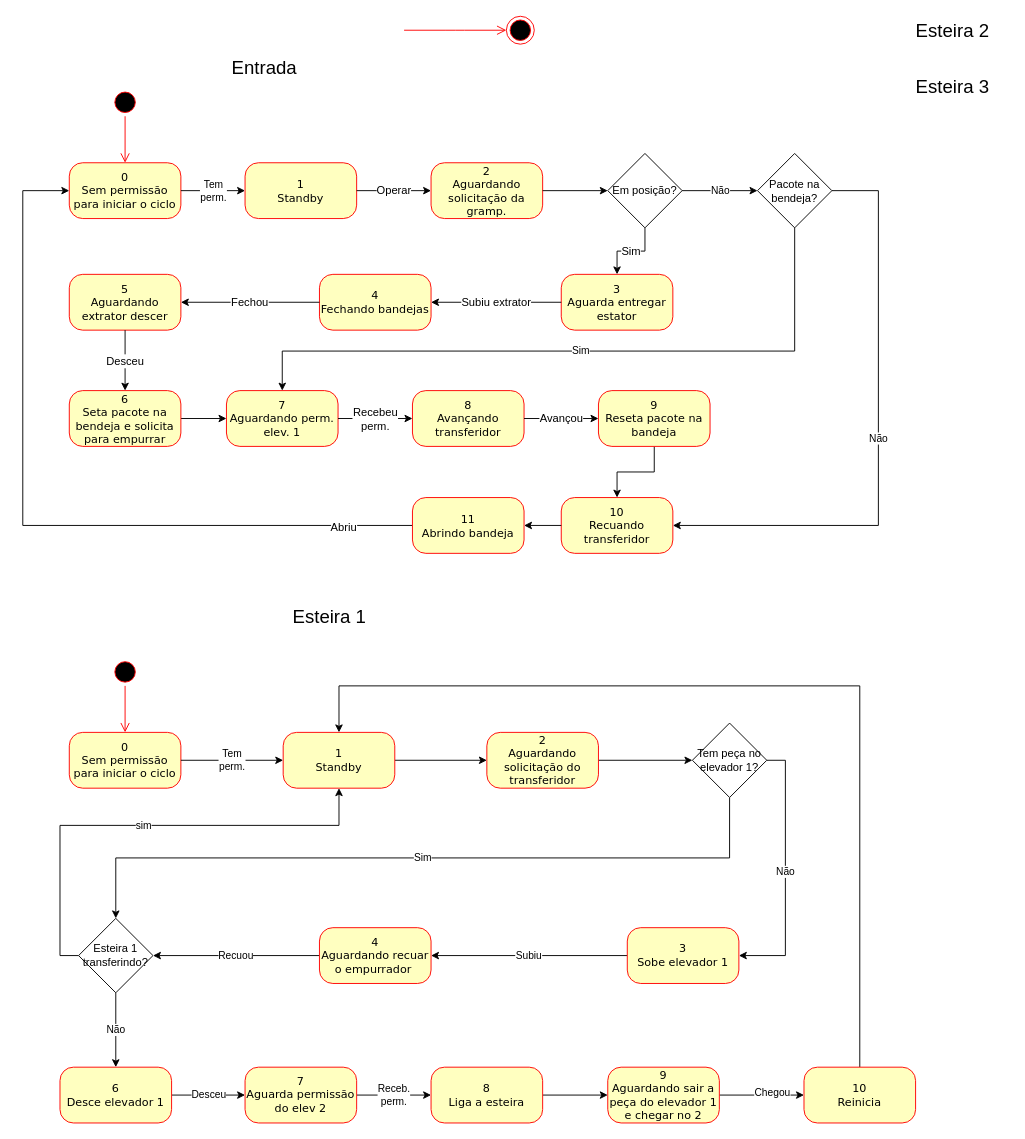
Before: estadosEsteira.drawio in JonanMuller/M04196N03_Grampeadeira, a draw.io diagram. Source tidied: cells renumbered, new cells numbered last; positions are measured from the earlier drawing's top-left corner, leaving out a move shared by most shapes. Both pictures are drawn from the tidied source at 93%, with x=0, y=0 at pixel (22, 16).
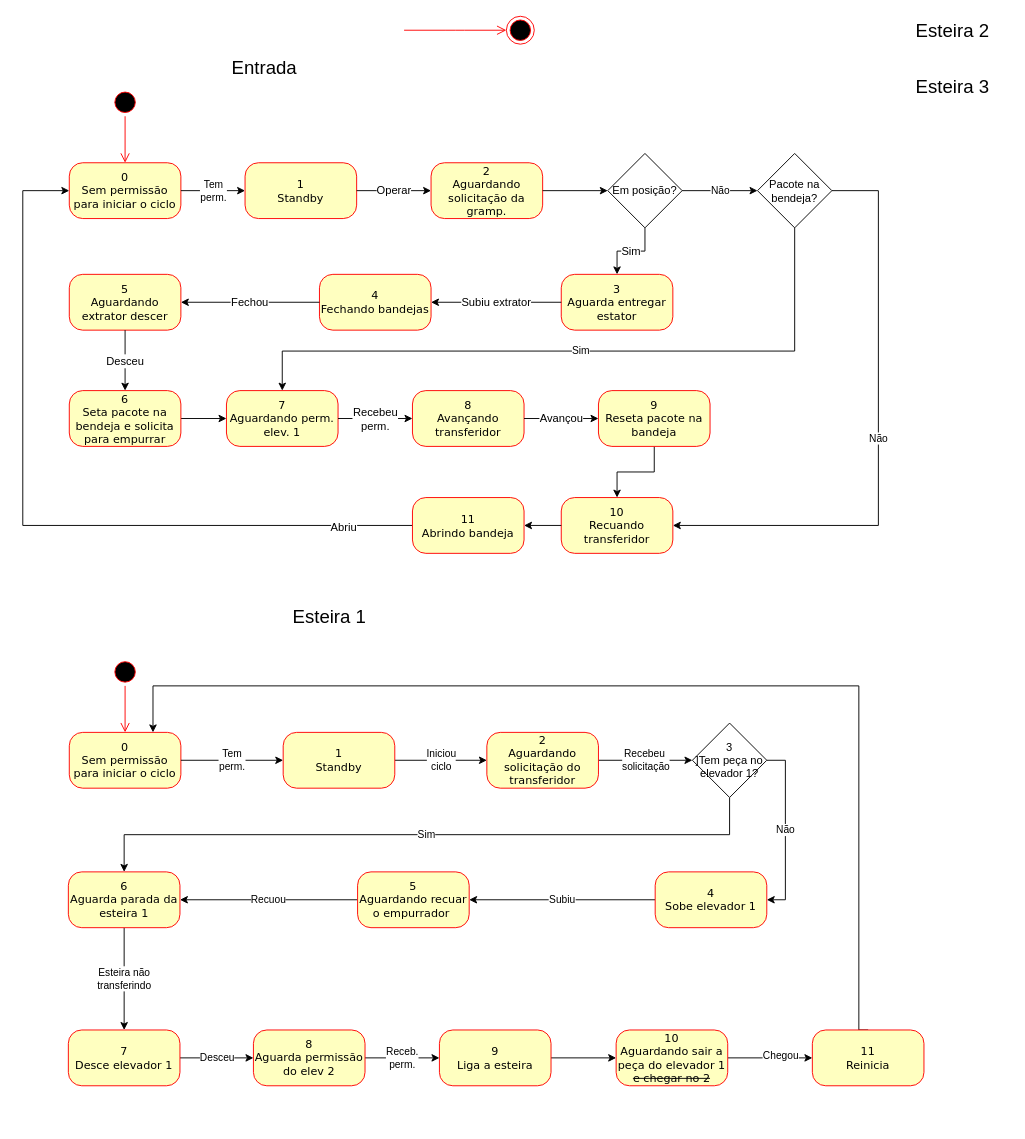
The same page after the edit.

The change refers to these unchanged cells:
```xml
<mxCell id="9" value="0&lt;br&gt;Sem permissão para iniciar o ciclo" style="rounded=1;whiteSpace=wrap;html=1;arcSize=24;fillColor=#ffffc0;strokeColor=#ff0000;shadow=0;comic=0;labelBackgroundColor=none;fontFamily=Verdana;fontSize=12;fontColor=#000000;align=center;" parent="1" vertex="1">
  <mxGeometry x="50" y="770" width="120" height="60" as="geometry" />
</mxCell>
<mxCell id="12" value="1&lt;br&gt;Standby" style="rounded=1;whiteSpace=wrap;html=1;arcSize=24;fillColor=#ffffc0;strokeColor=#ff0000;shadow=0;comic=0;labelBackgroundColor=none;fontFamily=Verdana;fontSize=12;fontColor=#000000;align=center;" parent="1" vertex="1">
  <mxGeometry x="280" y="770" width="120" height="60" as="geometry" />
</mxCell>
<mxCell id="69" value="2&lt;br&gt;Aguardando&lt;br&gt;solicitação do&lt;br&gt;transferidor" style="rounded=1;whiteSpace=wrap;html=1;arcSize=24;fillColor=#ffffc0;strokeColor=#ff0000;shadow=0;comic=0;labelBackgroundColor=none;fontFamily=Verdana;fontSize=12;fontColor=#000000;align=center;" parent="1" vertex="1">
  <mxGeometry x="499" y="770" width="120" height="60" as="geometry" />
</mxCell>
```

The edit, as a diff of the source:
```diff
@@
-    <mxCell id="10" style="edgeStyle=orthogonalEdgeStyle;rounded=0;jettySize=auto;html=1;startArrow=none;" parent="1" edge="1" source="69" target="68">
+    <mxCell id="10" value="Recebeu&amp;nbsp;&lt;br&gt;solicitação" style="edgeStyle=orthogonalEdgeStyle;rounded=0;jettySize=auto;html=1;startArrow=none;" parent="1" edge="1" source="69" target="68">
       <mxGeometry relative="1" as="geometry" />
     </mxCell>
-    <mxCell id="11" style="edgeStyle=orthogonalEdgeStyle;rounded=0;jettySize=auto;html=1;" parent="1" edge="1" source="12" target="69">
+    <mxCell id="11" value="Iniciou&lt;br&gt;ciclo" style="edgeStyle=orthogonalEdgeStyle;rounded=0;jettySize=auto;html=1;" parent="1" edge="1" source="12" target="69">
       <mxGeometry relative="1" as="geometry" />
     </mxCell>
@@
-    <mxCell id="17" value="3&lt;br&gt;Sobe elevador 1" style="rounded=1;whiteSpace=wrap;html=1;arcSize=24;fillColor=#ffffc0;strokeColor=#ff0000;shadow=0;comic=0;labelBackgroundColor=none;fontFamily=Verdana;fontSize=12;fontColor=#000000;align=center;" parent="1" vertex="1">
-      <mxGeometry x="650" y="980" width="120" height="60" as="geometry" />
+    <mxCell id="17" value="4&lt;br&gt;Sobe elevador 1" style="rounded=1;whiteSpace=wrap;html=1;arcSize=24;fillColor=#ffffc0;strokeColor=#ff0000;shadow=0;comic=0;labelBackgroundColor=none;fontFamily=Verdana;fontSize=12;fontColor=#000000;align=center;" parent="1" vertex="1">
+      <mxGeometry x="680" y="920" width="120" height="60" as="geometry" />
     </mxCell>
-    <mxCell id="18" value="Sim" style="edgeStyle=orthogonalEdgeStyle;rounded=0;jettySize=auto;html=1;exitX=0.5;exitY=1;exitDx=0;exitDy=0;entryX=0.5;entryY=0;entryDx=0;entryDy=0;" parent="1" edge="1" source="68" target="65">
+    <mxCell id="18" value="Sim" style="edgeStyle=orthogonalEdgeStyle;rounded=0;jettySize=auto;html=1;exitX=0.5;exitY=1;exitDx=0;exitDy=0;entryX=0.5;entryY=0;entryDx=0;entryDy=0;" parent="1" edge="1" source="68" target="71">
       <mxGeometry relative="1" as="geometry" />
     </mxCell>
-    <mxCell id="19" value="Recuou" style="edgeStyle=orthogonalEdgeStyle;rounded=0;jettySize=auto;html=1;exitX=0;exitY=0.5;exitDx=0;exitDy=0;" parent="1" edge="1" source="20" target="65">
+    <mxCell id="19" value="Recuou" style="edgeStyle=orthogonalEdgeStyle;rounded=0;jettySize=auto;html=1;" parent="1" edge="1" source="20" target="71">
       <mxGeometry relative="1" as="geometry" />
     </mxCell>
-    <mxCell id="20" value="4&lt;br&gt;Aguardando recuar o empurrador&amp;nbsp;" style="rounded=1;whiteSpace=wrap;html=1;arcSize=24;fillColor=#ffffc0;strokeColor=#ff0000;shadow=0;comic=0;labelBackgroundColor=none;fontFamily=Verdana;fontSize=12;fontColor=#000000;align=center;" parent="1" vertex="1">
-      <mxGeometry x="319" y="980" width="120" height="60" as="geometry" />
+    <mxCell id="20" value="5&lt;br&gt;Aguardando recuar o empurrador&amp;nbsp;" style="rounded=1;whiteSpace=wrap;html=1;arcSize=24;fillColor=#ffffc0;strokeColor=#ff0000;shadow=0;comic=0;labelBackgroundColor=none;fontFamily=Verdana;fontSize=12;fontColor=#000000;align=center;" parent="1" vertex="1">
+      <mxGeometry x="360" y="920" width="120" height="60" as="geometry" />
     </mxCell>
@@
-    <mxCell id="23" value="9&lt;br&gt;Aguardando sair a peça do elevador 1&lt;br&gt;e chegar no 2" style="rounded=1;whiteSpace=wrap;html=1;arcSize=24;fillColor=#ffffc0;strokeColor=#ff0000;shadow=0;comic=0;labelBackgroundColor=none;fontFamily=Verdana;fontSize=12;fontColor=#000000;align=center;" parent="1" vertex="1">
-      <mxGeometry x="629" y="1130" width="120" height="60" as="geometry" />
+    <mxCell id="23" value="10&lt;br&gt;Aguardando sair a peça do elevador 1&lt;br&gt;&lt;strike&gt;e chegar no 2&lt;/strike&gt;" style="rounded=1;whiteSpace=wrap;html=1;arcSize=24;fillColor=#ffffc0;strokeColor=#ff0000;shadow=0;comic=0;labelBackgroundColor=none;fontFamily=Verdana;fontSize=12;fontColor=#000000;align=center;" parent="1" vertex="1">
+      <mxGeometry x="638" y="1090" width="120" height="60" as="geometry" />
     </mxCell>
-    <mxCell id="24" style="edgeStyle=orthogonalEdgeStyle;rounded=0;jettySize=auto;html=1;exitX=0.5;exitY=0;exitDx=0;exitDy=0;entryX=0.5;entryY=0;entryDx=0;entryDy=0;" parent="1" edge="1" source="25" target="12">
+    <mxCell id="24" style="edgeStyle=orthogonalEdgeStyle;rounded=0;jettySize=auto;html=1;exitX=0.5;exitY=0;exitDx=0;exitDy=0;entryX=0.75;entryY=0;entryDx=0;entryDy=0;" parent="1" edge="1" source="25" target="9">
       <mxGeometry relative="1" as="geometry">
         <Array as="points">
-          <mxPoint x="900" y="720" />
-          <mxPoint x="340" y="720" />
+          <mxPoint x="899" y="720" />
+          <mxPoint x="140" y="720" />
         </Array>
       </mxGeometry>
     </mxCell>
-    <mxCell id="25" value="10&lt;br&gt;Reinicia" style="rounded=1;whiteSpace=wrap;html=1;arcSize=24;fillColor=#ffffc0;strokeColor=#ff0000;shadow=0;comic=0;labelBackgroundColor=none;fontFamily=Verdana;fontSize=12;fontColor=#000000;align=center;" parent="1" vertex="1">
-      <mxGeometry x="840" y="1130" width="120" height="60" as="geometry" />
+    <mxCell id="25" value="11&lt;br&gt;Reinicia" style="rounded=1;whiteSpace=wrap;html=1;arcSize=24;fillColor=#ffffc0;strokeColor=#ff0000;shadow=0;comic=0;labelBackgroundColor=none;fontFamily=Verdana;fontSize=12;fontColor=#000000;align=center;" parent="1" vertex="1">
+      <mxGeometry x="849" y="1090" width="120" height="60" as="geometry" />
     </mxCell>
@@
-    <mxCell id="60" value="7&lt;br&gt;Aguarda permissão do elev 2" style="rounded=1;whiteSpace=wrap;html=1;arcSize=24;fillColor=#ffffc0;strokeColor=#ff0000;shadow=0;comic=0;labelBackgroundColor=none;fontFamily=Verdana;fontSize=12;fontColor=#000000;align=center;" parent="1" vertex="1">
-      <mxGeometry x="239" y="1130" width="120" height="60" as="geometry" />
+    <mxCell id="60" value="8&lt;br&gt;Aguarda permissão do elev 2" style="rounded=1;whiteSpace=wrap;html=1;arcSize=24;fillColor=#ffffc0;strokeColor=#ff0000;shadow=0;comic=0;labelBackgroundColor=none;fontFamily=Verdana;fontSize=12;fontColor=#000000;align=center;" parent="1" vertex="1">
+      <mxGeometry x="248" y="1090" width="120" height="60" as="geometry" />
     </mxCell>
@@
-    <mxCell id="62" value="8&lt;br&gt;Liga a esteira" style="rounded=1;whiteSpace=wrap;html=1;arcSize=24;fillColor=#ffffc0;strokeColor=#ff0000;shadow=0;comic=0;labelBackgroundColor=none;fontFamily=Verdana;fontSize=12;fontColor=#000000;align=center;" parent="1" vertex="1">
-      <mxGeometry x="439" y="1130" width="120" height="60" as="geometry" />
+    <mxCell id="62" value="9&lt;br&gt;Liga a esteira" style="rounded=1;whiteSpace=wrap;html=1;arcSize=24;fillColor=#ffffc0;strokeColor=#ff0000;shadow=0;comic=0;labelBackgroundColor=none;fontFamily=Verdana;fontSize=12;fontColor=#000000;align=center;" parent="1" vertex="1">
+      <mxGeometry x="448" y="1090" width="120" height="60" as="geometry" />
     </mxCell>
-    <mxCell id="63" value="Não" style="edgeStyle=orthogonalEdgeStyle;rounded=0;jettySize=auto;html=1;exitX=0.5;exitY=1;exitDx=0;exitDy=0;entryX=0.5;entryY=0;entryDx=0;entryDy=0;" parent="1" edge="1" source="65" target="67">
-      <mxGeometry relative="1" as="geometry" />
-    </mxCell>
-    <mxCell id="64" value="sim" style="edgeStyle=orthogonalEdgeStyle;rounded=0;jettySize=auto;html=1;exitX=0;exitY=0.5;exitDx=0;exitDy=0;entryX=0.5;entryY=1;entryDx=0;entryDy=0;" parent="1" edge="1" source="65" target="12">
-      <mxGeometry relative="1" as="geometry">
-        <Array as="points">
-          <mxPoint x="40" y="1010" />
-          <mxPoint x="40" y="870" />
-          <mxPoint x="340" y="870" />
-        </Array>
-      </mxGeometry>
-    </mxCell>
-    <mxCell id="65" value="Esteira 1&lt;br&gt;transferindo?" style="rhombus;whiteSpace=wrap;html=1;" parent="1" vertex="1">
-      <mxGeometry x="60" y="970" width="80" height="80" as="geometry" />
-    </mxCell>
@@
-    <mxCell id="67" value="6&lt;br&gt;Desce elevador 1" style="rounded=1;whiteSpace=wrap;html=1;arcSize=24;fillColor=#ffffc0;strokeColor=#ff0000;shadow=0;comic=0;labelBackgroundColor=none;fontFamily=Verdana;fontSize=12;fontColor=#000000;align=center;" parent="1" vertex="1">
-      <mxGeometry x="40" y="1130" width="120" height="60" as="geometry" />
+    <mxCell id="67" value="7&lt;br&gt;Desce elevador 1" style="rounded=1;whiteSpace=wrap;html=1;arcSize=24;fillColor=#ffffc0;strokeColor=#ff0000;shadow=0;comic=0;labelBackgroundColor=none;fontFamily=Verdana;fontSize=12;fontColor=#000000;align=center;" parent="1" vertex="1">
+      <mxGeometry x="49" y="1090" width="120" height="60" as="geometry" />
     </mxCell>
-    <mxCell id="68" value="Tem peça no elevador 1?" style="rhombus;whiteSpace=wrap;html=1;" parent="1" vertex="1">
+    <mxCell id="68" value="3&lt;br&gt;]Tem peça no elevador 1?" style="rhombus;whiteSpace=wrap;html=1;" parent="1" vertex="1">
       <mxGeometry x="720" y="760" width="80" height="80" as="geometry" />
     </mxCell>
@@
+    <mxCell id="70" value="Esteira não&lt;br&gt;transferindo" style="edgeStyle=orthogonalEdgeStyle;rounded=0;jettySize=auto;html=1;exitX=0.5;exitY=1;exitDx=0;exitDy=0;entryX=0.5;entryY=0;entryDx=0;entryDy=0;" parent="1" edge="1" source="71" target="67">
+      <mxGeometry relative="1" as="geometry" />
+    </mxCell>
+    <mxCell id="71" value="6&lt;br&gt;Aguarda parada da esteira 1" style="rounded=1;whiteSpace=wrap;html=1;arcSize=24;fillColor=#ffffc0;strokeColor=#ff0000;shadow=0;comic=0;labelBackgroundColor=none;fontFamily=Verdana;fontSize=12;fontColor=#000000;align=center;" parent="1" vertex="1">
+      <mxGeometry x="49" y="920" width="120" height="60" as="geometry" />
+    </mxCell>
```
